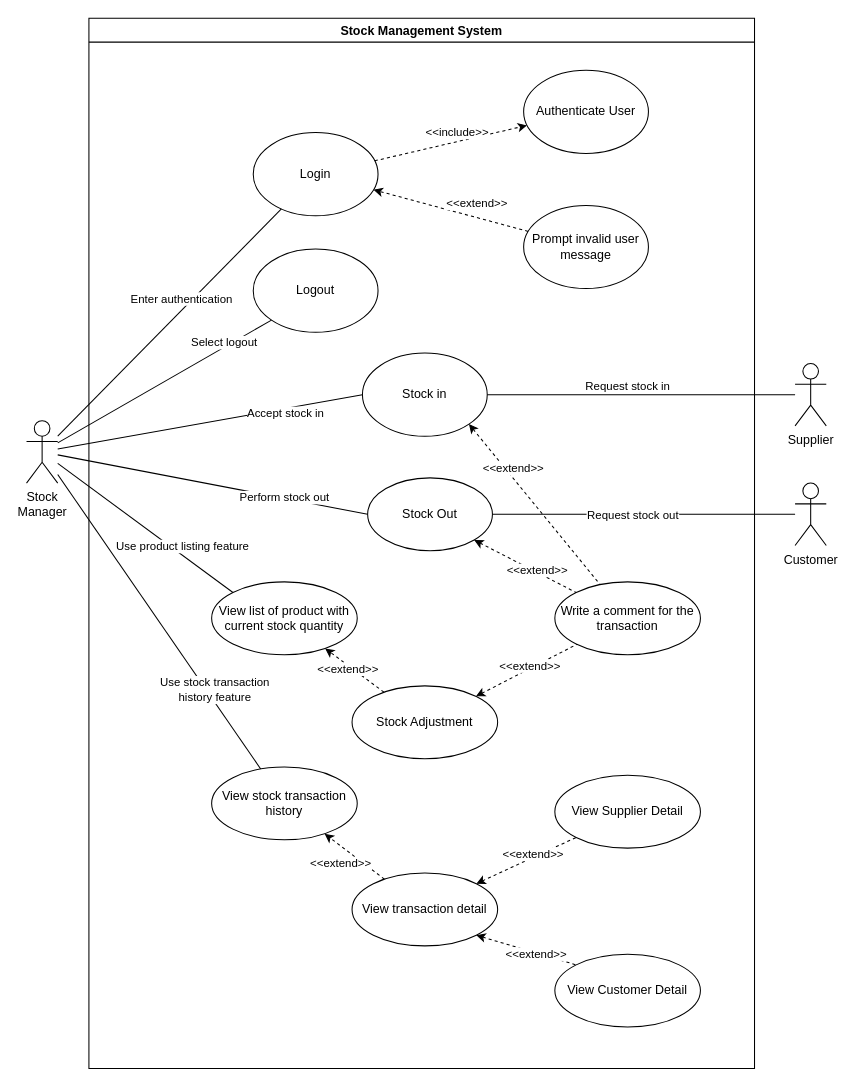
This is ProjectBluePrint/UseCaseDiagram.drawio from Minh-BuiQuang/CSIS3275TermProject, a draw.io file, before an edit. Source tidied: cells renumbered, new cells numbered last; positions are measured from the earlier drawing's top-left corner, leaving out a move shared by most shapes. Both pictures are drawn from the tidied source at 104%, with x=0, y=0 at pixel (26, 18).
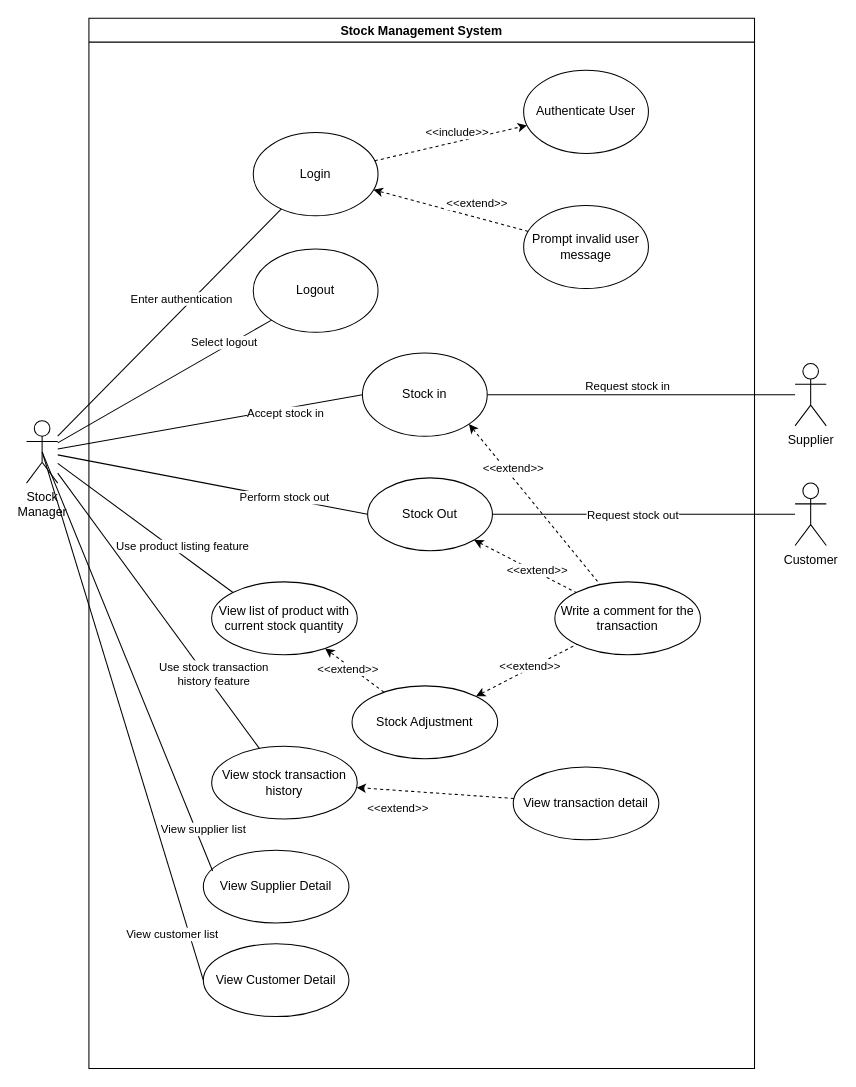
After the change.

Commit message:
Update use case diagram to reflect changes with customer/supplier listing feature

The change refers to these unchanged cells:
```xml
<mxCell id="2" value="Stock Management System" style="swimlane;" parent="1" vertex="1">
  <mxGeometry x="60" width="640" height="1010" as="geometry" />
</mxCell>
<mxCell id="40" value="Stock &lt;br&gt;Manager" style="shape=umlActor;verticalLabelPosition=bottom;verticalAlign=top;html=1;outlineConnect=0;" parent="1" vertex="1">
  <mxGeometry y="387" width="30" height="60" as="geometry" />
</mxCell>
```

The edit, as a diff of the source:
```diff
@@
     <mxCell id="22" value="View stock transaction history" style="ellipse;whiteSpace=wrap;html=1;" parent="2" vertex="1">
-      <mxGeometry x="118" y="720" width="140" height="70" as="geometry" />
+      <mxGeometry x="118" y="700" width="140" height="70" as="geometry" />
     </mxCell>
@@
     <mxCell id="25" value="View transaction detail" style="ellipse;whiteSpace=wrap;html=1;" parent="2" vertex="1">
-      <mxGeometry x="253" y="822" width="140" height="70" as="geometry" />
+      <mxGeometry x="408" y="720" width="140" height="70" as="geometry" />
     </mxCell>
@@
     <mxCell id="33" value="View Supplier Detail" style="ellipse;whiteSpace=wrap;html=1;" parent="2" vertex="1">
-      <mxGeometry x="448" y="728" width="140" height="70" as="geometry" />
+      <mxGeometry x="110" y="800" width="140" height="70" as="geometry" />
     </mxCell>
-    <mxCell id="34" style="edgeStyle=none;rounded=0;jettySize=auto;html=1;exitX=1;exitY=0;exitDx=0;exitDy=0;entryX=0;entryY=1;entryDx=0;entryDy=0;dashed=1;startArrow=classic;startFill=1;endArrow=none;endFill=0;" parent="2" edge="1" source="25" target="33">
-      <mxGeometry relative="1" as="geometry" />
-    </mxCell>
-    <mxCell id="35" value="&amp;lt;&amp;lt;extend&amp;gt;&amp;gt;" style="edgeLabel;html=1;align=center;verticalAlign=middle;" parent="34" vertex="1">
-      <mxGeometry x="0.15" y="3" relative="1" as="geometry" />
-    </mxCell>
     <mxCell id="36" value="View Customer Detail" style="ellipse;whiteSpace=wrap;html=1;" parent="2" vertex="1">
-      <mxGeometry x="448" y="900" width="140" height="70" as="geometry" />
+      <mxGeometry x="110" y="890" width="140" height="70" as="geometry" />
     </mxCell>
@@
-    <mxCell id="38" style="edgeStyle=none;rounded=0;jettySize=auto;html=1;exitX=1;exitY=1;exitDx=0;exitDy=0;entryX=0;entryY=0;entryDx=0;entryDy=0;dashed=1;startArrow=classic;startFill=1;endArrow=none;endFill=0;" parent="2" edge="1" source="25" target="36">
-      <mxGeometry relative="1" as="geometry" />
-    </mxCell>
-    <mxCell id="39" value="&amp;lt;&amp;lt;extend&amp;gt;&amp;gt;" style="edgeLabel;html=1;align=center;verticalAlign=middle;" parent="38" vertex="1">
-      <mxGeometry x="0.2" y="-1" relative="1" as="geometry" />
-    </mxCell>
@@
+    <mxCell id="52" style="edgeStyle=none;rounded=0;jettySize=auto;html=1;startArrow=none;startFill=0;endArrow=none;endFill=0;entryX=0.5;entryY=0.5;entryDx=0;entryDy=0;entryPerimeter=0;exitX=0.064;exitY=0.286;exitDx=0;exitDy=0;exitPerimeter=0;" parent="1" edge="1" source="33" target="40">
+      <mxGeometry relative="1" as="geometry" />
+    </mxCell>
+    <mxCell id="53" value="View supplier list" style="edgeLabel;html=1;align=center;verticalAlign=middle;" parent="52" vertex="1">
+      <mxGeometry x="-0.27" y="-1" relative="1" as="geometry">
+        <mxPoint x="50" y="107" as="offset" />
+      </mxGeometry>
+    </mxCell>
+    <mxCell id="54" style="edgeStyle=none;rounded=0;jettySize=auto;html=1;startArrow=none;startFill=0;endArrow=none;endFill=0;entryX=0.5;entryY=0.5;entryDx=0;entryDy=0;entryPerimeter=0;exitX=0;exitY=0.5;exitDx=0;exitDy=0;" parent="1" edge="1" source="36" target="40">
+      <mxGeometry relative="1" as="geometry" />
+    </mxCell>
+    <mxCell id="55" value="View customer list" style="edgeLabel;html=1;align=center;verticalAlign=middle;" parent="54" vertex="1">
+      <mxGeometry x="-0.43" y="-2" relative="1" as="geometry">
+        <mxPoint x="12" y="101" as="offset" />
+      </mxGeometry>
+    </mxCell>
```
